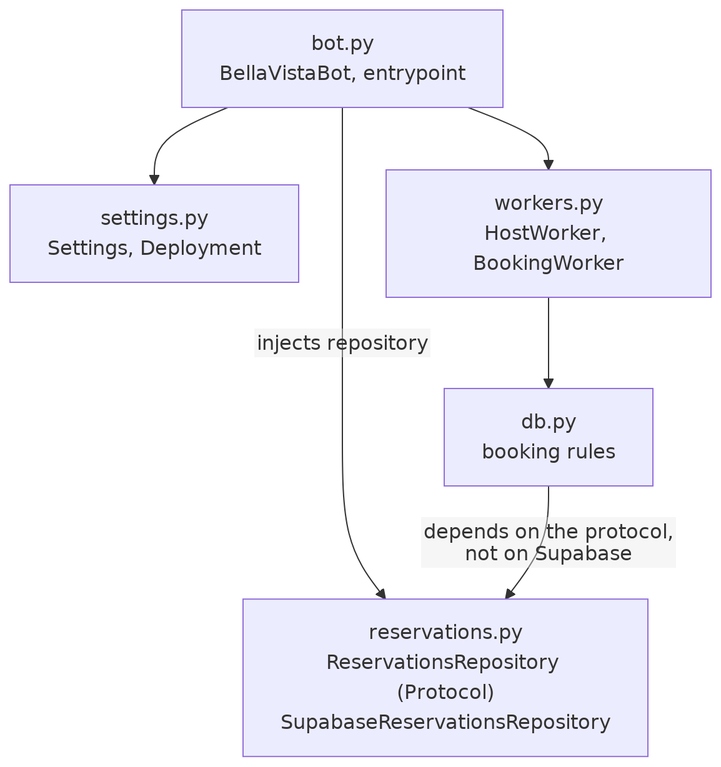
This is docs/diagrams/modules.png from rafaelsanin/realtime-ai-voice-multi-agent, a Mermaid export, as it was before one commit. Its source is kept beside it as docs/diagrams/modules.mmd.
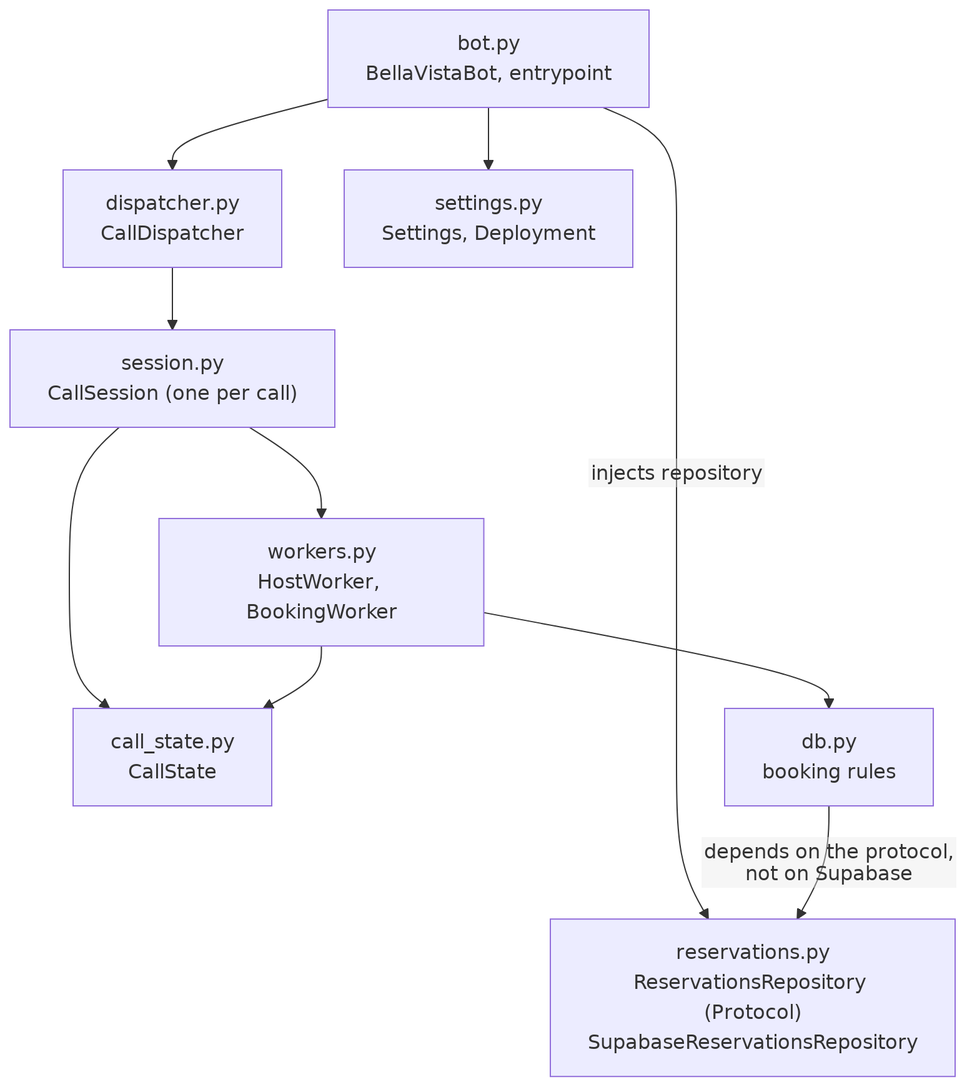
The same diagram one commit later.

What changed in the source:
```diff
@@ -1,12 +1,19 @@
 flowchart TD
     bot["bot.py<br/>BellaVistaBot, entrypoint"]
+    dispatcher["dispatcher.py<br/>CallDispatcher"]
+    session["session.py<br/>CallSession (one per call)"]
     settings["settings.py<br/>Settings, Deployment"]
+    state["call_state.py<br/>CallState"]
     workers["workers.py<br/>HostWorker, BookingWorker"]
     db["db.py<br/>booking rules"]
     res["reservations.py<br/>ReservationsRepository (Protocol)<br/>SupabaseReservationsRepository"]
 
     bot --> settings
-    bot --> workers
+    bot --> dispatcher
     bot -->|injects repository| res
+    dispatcher --> session
+    session --> workers
+    session --> state
+    workers --> state
     workers --> db
     db -->|depends on the protocol,<br/>not on Supabase| res
```
